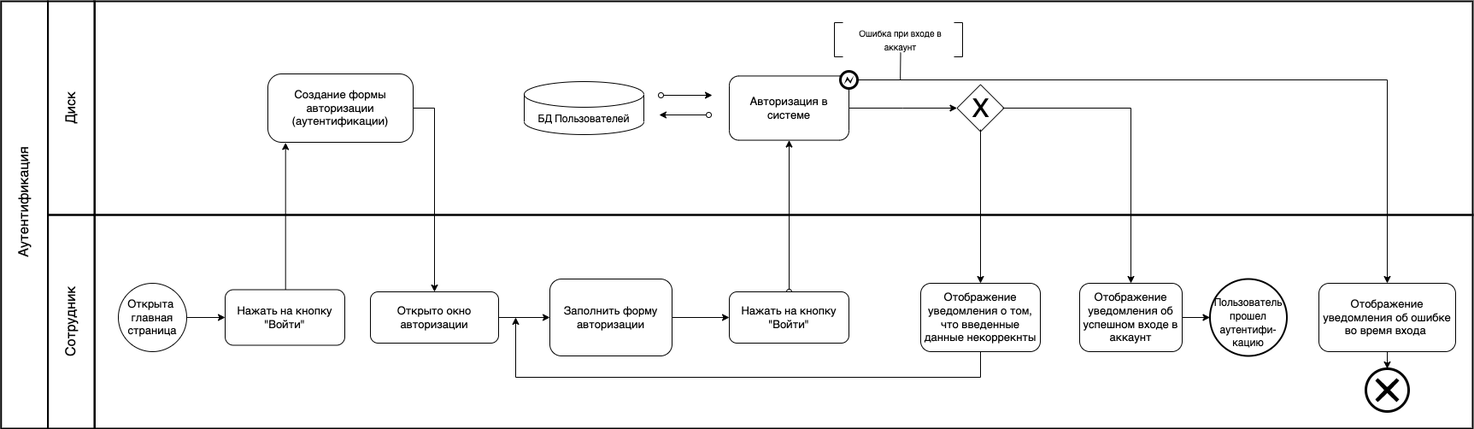
Before: docs/bpmn/UML + BPMN-7.2 BPMN.drawio.png, a diagram exported from draw.io (shuv8/cloudstorage). Source tidied: cells renumbered, new cells last; positions are measured from the earlier drawing's top-left corner, leaving out a move shared by most shapes.
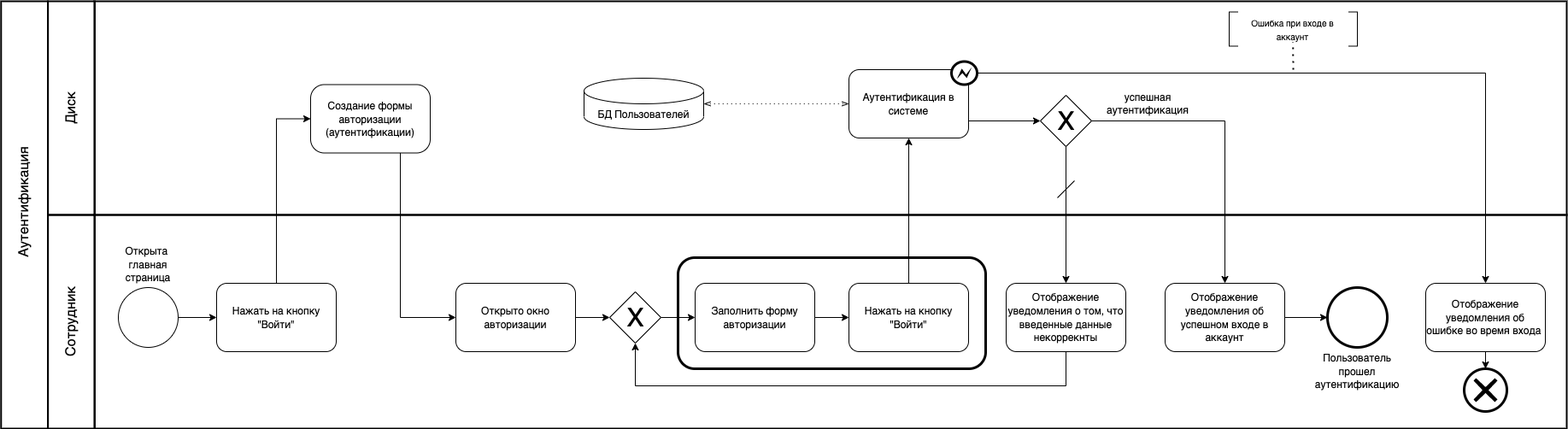
The same diagram one commit later.

Diff of the diagram source:
```diff
@@ -3,47 +3,43 @@
     <mxCell id="0" />
     <mxCell id="1" parent="0" />
     <mxCell id="2" style="rounded=0;whiteSpace=wrap;html=1;strokeWidth=2;fontSize=13;fillColor=none;" parent="1" vertex="1">
-      <mxGeometry x="182" y="250" width="1613" height="250" as="geometry" />
+      <mxGeometry x="182" y="250" width="1723" height="250" as="geometry" />
     </mxCell>
     <mxCell id="3" style="edgeStyle=orthogonalEdgeStyle;rounded=0;jettySize=auto;html=1;entryX=0;entryY=0.5;entryDx=0;entryDy=0;fontSize=11;startArrow=none;startFill=0;" parent="1" edge="1" source="4" target="13">
       <mxGeometry relative="1" as="geometry" />
     </mxCell>
-    <mxCell id="4" value="Заполнить форму авторизации" style="rounded=1;whiteSpace=wrap;html=1;fontSize=13;" parent="1" vertex="1">
-      <mxGeometry x="715" y="325" width="143" height="90" as="geometry" />
+    <mxCell id="4" value="&lt;font style=&quot;font-size: 12px;&quot;&gt;Заполнить форму авторизации&lt;/font&gt;" style="rounded=1;whiteSpace=wrap;html=1;fontSize=13;" parent="1" vertex="1">
+      <mxGeometry x="885" y="330" width="140" height="80" as="geometry" />
     </mxCell>
     <mxCell id="5" style="rounded=0;whiteSpace=wrap;html=1;strokeWidth=2;fontSize=13;fillColor=none;" parent="1" vertex="1">
-      <mxGeometry x="182" width="1613" height="250" as="geometry" />
+      <mxGeometry x="182" width="1723" height="250" as="geometry" />
     </mxCell>
-    <mxCell id="6" style="edgeStyle=orthogonalEdgeStyle;rounded=0;jettySize=auto;html=1;entryX=0;entryY=0.5;entryDx=0;entryDy=0;" parent="1" edge="1" source="7" target="49">
+    <mxCell id="6" style="edgeStyle=orthogonalEdgeStyle;rounded=0;jettySize=auto;html=1;entryX=0;entryY=0.5;entryDx=0;entryDy=0;exitX=1;exitY=0.75;exitDx=0;exitDy=0;" parent="1" edge="1" source="7" target="49">
       <mxGeometry relative="1" as="geometry" />
     </mxCell>
-    <mxCell id="7" value="Авторизация в системе" style="rounded=1;whiteSpace=wrap;html=1;fontSize=13;" parent="1" vertex="1">
-      <mxGeometry x="925" y="87.4" width="140" height="75.1" as="geometry" />
+    <mxCell id="7" value="&lt;font style=&quot;font-size: 12px;&quot;&gt;Аутентификация в системе&lt;/font&gt;" style="rounded=1;whiteSpace=wrap;html=1;fontSize=13;" parent="1" vertex="1">
+      <mxGeometry x="1065" y="80" width="140" height="80" as="geometry" />
     </mxCell>
     <mxCell id="8" style="edgeStyle=orthogonalEdgeStyle;rounded=0;jettySize=auto;html=1;" parent="1" edge="1" source="9" target="11">
       <mxGeometry relative="1" as="geometry" />
     </mxCell>
     <mxCell id="9" style="ellipse;whiteSpace=wrap;html=1;fontSize=13;" parent="1" vertex="1">
-      <mxGeometry x="210" y="330" width="80" height="80" as="geometry" />
+      <mxGeometry x="210" y="335" width="70" height="70" as="geometry" />
     </mxCell>
-    <mxCell id="10" style="edgeStyle=orthogonalEdgeStyle;rounded=0;jettySize=auto;html=1;fontSize=11;startArrow=none;startFill=0;entryX=0.122;entryY=1.006;entryDx=0;entryDy=0;entryPerimeter=0;" parent="1" edge="1" source="11" target="34">
-      <mxGeometry relative="1" as="geometry">
-        <Array as="points">
-          <mxPoint x="406" y="170" />
-        </Array>
-      </mxGeometry>
+    <mxCell id="10" style="edgeStyle=orthogonalEdgeStyle;rounded=0;jumpStyle=none;jettySize=auto;html=1;entryX=0;entryY=0.5;entryDx=0;entryDy=0;fontSize=12;endArrow=classic;endFill=1;" parent="1" edge="1" source="11" target="34">
+      <mxGeometry relative="1" as="geometry" />
     </mxCell>
-    <mxCell id="11" value="Нажать на кнопку&lt;br&gt;&quot;Войти&quot;" style="rounded=1;whiteSpace=wrap;html=1;fontSize=13;" parent="1" vertex="1">
-      <mxGeometry x="335" y="337.5" width="140" height="65" as="geometry" />
+    <mxCell id="11" value="&lt;font style=&quot;font-size: 12px;&quot;&gt;Нажать на кнопку&lt;br&gt;&quot;Войти&quot;&lt;/font&gt;" style="rounded=1;whiteSpace=wrap;html=1;fontSize=13;" parent="1" vertex="1">
+      <mxGeometry x="325" y="330" width="140" height="80" as="geometry" />
     </mxCell>
-    <mxCell id="12" style="edgeStyle=orthogonalEdgeStyle;rounded=0;jettySize=auto;html=1;entryX=0.5;entryY=1;entryDx=0;entryDy=0;startArrow=oval;startFill=0;" parent="1" edge="1" source="13" target="7">
+    <mxCell id="12" style="edgeStyle=orthogonalEdgeStyle;rounded=0;jettySize=auto;html=1;entryX=0.5;entryY=1;entryDx=0;entryDy=0;startArrow=none;startFill=0;" parent="1" edge="1" source="13" target="7">
       <mxGeometry relative="1" as="geometry" />
     </mxCell>
-    <mxCell id="13" value="Нажать на кнопку &quot;Войти&quot;" style="rounded=1;whiteSpace=wrap;html=1;fontSize=13;" parent="1" vertex="1">
-      <mxGeometry x="925" y="340" width="140" height="60" as="geometry" />
+    <mxCell id="13" value="&lt;font style=&quot;font-size: 12px;&quot;&gt;Нажать на кнопку &quot;Войти&quot;&lt;/font&gt;" style="rounded=1;whiteSpace=wrap;html=1;fontSize=13;" parent="1" vertex="1">
+      <mxGeometry x="1065" y="330" width="140" height="80" as="geometry" />
     </mxCell>
-    <mxCell id="14" style="ellipse;whiteSpace=wrap;html=1;fontSize=13;strokeWidth=2;" parent="1" vertex="1">
-      <mxGeometry x="1487.5" y="325" width="90" height="90" as="geometry" />
+    <mxCell id="14" style="ellipse;whiteSpace=wrap;html=1;fontSize=13;strokeWidth=3;" parent="1" vertex="1">
+      <mxGeometry x="1625" y="335" width="70" height="70" as="geometry" />
     </mxCell>
     <mxCell id="15" style="rounded=0;whiteSpace=wrap;html=1;strokeWidth=2;fontSize=13;fillColor=none;" parent="1" vertex="1">
       <mxGeometry x="127.6" width="54.8" height="250" as="geometry" />
@@ -66,123 +62,118 @@
     <mxCell id="21" style="edgeStyle=orthogonalEdgeStyle;rounded=0;jettySize=auto;html=1;entryX=0;entryY=0.5;entryDx=0;entryDy=0;" parent="1" edge="1" source="22" target="14">
       <mxGeometry relative="1" as="geometry" />
     </mxCell>
-    <mxCell id="22" value="Отображение уведомления об успешном входе в аккаунт" style="rounded=1;whiteSpace=wrap;html=1;fontSize=13;" parent="1" vertex="1">
-      <mxGeometry x="1335" y="330" width="120" height="80" as="geometry" />
+    <mxCell id="22" value="&lt;font style=&quot;font-size: 12px;&quot;&gt;Отображение уведомления об успешном входе в аккаунт&lt;/font&gt;" style="rounded=1;whiteSpace=wrap;html=1;fontSize=13;" parent="1" vertex="1">
+      <mxGeometry x="1435" y="330" width="140" height="80" as="geometry" />
     </mxCell>
     <mxCell id="23" style="edgeStyle=orthogonalEdgeStyle;rounded=0;jettySize=auto;html=1;" parent="1" edge="1" source="24" target="47">
       <mxGeometry relative="1" as="geometry" />
     </mxCell>
-    <mxCell id="24" value="Отображение уведомления об ошибке во время входа&amp;nbsp;" style="rounded=1;whiteSpace=wrap;html=1;fontSize=13;" parent="1" vertex="1">
-      <mxGeometry x="1615" y="330" width="160" height="80" as="geometry" />
+    <mxCell id="24" value="&lt;font style=&quot;font-size: 12px;&quot;&gt;Отображение уведомления об ошибке во время входа&amp;nbsp;&lt;/font&gt;" style="rounded=1;whiteSpace=wrap;html=1;fontSize=13;" parent="1" vertex="1">
+      <mxGeometry x="1740" y="330" width="140" height="80" as="geometry" />
     </mxCell>
-    <mxCell id="25" style="edgeStyle=orthogonalEdgeStyle;rounded=0;jettySize=auto;html=1;exitX=0.5;exitY=1;exitDx=0;exitDy=0;" parent="1" edge="1" source="26">
+    <mxCell id="25" style="edgeStyle=orthogonalEdgeStyle;rounded=0;jettySize=auto;html=1;exitX=0.5;exitY=1;exitDx=0;exitDy=0;entryX=0.5;entryY=1;entryDx=0;entryDy=0;" parent="1" edge="1" source="26" target="55">
       <mxGeometry relative="1" as="geometry">
-        <mxPoint x="675" y="370" as="targetPoint" />
         <Array as="points">
-          <mxPoint x="1219" y="440" />
-          <mxPoint x="675" y="440" />
+          <mxPoint x="1319" y="450" />
+          <mxPoint x="815" y="450" />
         </Array>
       </mxGeometry>
     </mxCell>
-    <mxCell id="26" value="Отображение уведомления о том, что введенные данные некоррекнты" style="rounded=1;whiteSpace=wrap;html=1;fontSize=13;" parent="1" vertex="1">
-      <mxGeometry x="1149" y="330" width="140" height="80" as="geometry" />
+    <mxCell id="26" value="&lt;font style=&quot;font-size: 12px;&quot;&gt;Отображение уведомления о том, что введенные данные некоррекнты&lt;/font&gt;" style="rounded=1;whiteSpace=wrap;html=1;fontSize=13;" parent="1" vertex="1">
+      <mxGeometry x="1249" y="330" width="140" height="80" as="geometry" />
     </mxCell>
-    <mxCell id="27" style="edgeStyle=orthogonalEdgeStyle;rounded=0;jettySize=auto;html=1;entryX=0;entryY=0.5;entryDx=0;entryDy=0;" parent="1" edge="1" source="28" target="4">
+    <mxCell id="27" style="edgeStyle=orthogonalEdgeStyle;rounded=0;jettySize=auto;html=1;entryX=0;entryY=0.5;entryDx=0;entryDy=0;" parent="1" edge="1" source="28" target="55">
       <mxGeometry relative="1" as="geometry" />
     </mxCell>
-    <mxCell id="28" value="Открыто окно авторизации" style="rounded=1;whiteSpace=wrap;html=1;fontSize=13;" parent="1" vertex="1">
-      <mxGeometry x="505" y="340" width="150" height="60" as="geometry" />
+    <mxCell id="28" value="&lt;font style=&quot;font-size: 12px;&quot;&gt;Открыто окно авторизации&lt;/font&gt;" style="rounded=1;whiteSpace=wrap;html=1;fontSize=13;" parent="1" vertex="1">
+      <mxGeometry x="605" y="330" width="140" height="80" as="geometry" />
     </mxCell>
-    <mxCell id="29" style="group;" parent="1" vertex="1">
-      <mxGeometry x="685" y="94" width="220" height="62" as="geometry" />
-    </mxCell>
-    <mxCell id="30" value="БД Пользователей" style="shape=cylinder3;whiteSpace=wrap;html=1;boundedLbl=1;backgroundOutline=1;size=15;" parent="29" vertex="1">
-      <mxGeometry width="140" height="62" as="geometry" />
-    </mxCell>
-    <mxCell id="31" style="endArrow=classic;html=1;rounded=0;startArrow=oval;startFill=0;" parent="29" edge="1">
-      <mxGeometry relative="1" as="geometry">
-        <mxPoint x="160" y="16" as="sourcePoint" />
-        <mxPoint x="220" y="16" as="targetPoint" />
-      </mxGeometry>
-    </mxCell>
-    <mxCell id="32" style="endArrow=classic;html=1;rounded=0;startArrow=oval;startFill=0;" parent="29" edge="1">
-      <mxGeometry relative="1" as="geometry">
-        <mxPoint x="216" y="39" as="sourcePoint" />
-        <mxPoint x="158" y="39" as="targetPoint" />
-      </mxGeometry>
-    </mxCell>
-    <mxCell id="33" style="edgeStyle=orthogonalEdgeStyle;rounded=0;jettySize=auto;html=1;entryX=0.5;entryY=0;entryDx=0;entryDy=0;fontSize=11;startArrow=none;startFill=0;" parent="1" edge="1" source="34" target="28">
-      <mxGeometry relative="1" as="geometry">
-        <Array as="points">
-          <mxPoint x="580" y="125" />
-        </Array>
-      </mxGeometry>
-    </mxCell>
-    <mxCell id="34" value="Создание формы авторизации (аутентификации)" style="rounded=1;whiteSpace=wrap;html=1;fontSize=13;arcSize=20;" parent="1" vertex="1">
-      <mxGeometry x="385" y="85" width="170" height="80" as="geometry" />
+    <mxCell id="34" value="&lt;font style=&quot;font-size: 12px;&quot;&gt;Создание формы авторизации (аутентификации)&lt;/font&gt;" style="rounded=1;whiteSpace=wrap;html=1;fontSize=13;arcSize=20;" parent="1" vertex="1">
+      <mxGeometry x="435" y="97.5" width="140" height="80" as="geometry" />
     </mxCell>
-    <mxCell id="35" value="&lt;font style=&quot;font-size: 13px;&quot;&gt;Открыта &lt;br&gt;главная страница&lt;/font&gt;" style="text;html=1;strokeColor=none;fillColor=none;align=center;verticalAlign=middle;whiteSpace=wrap;rounded=0;fontSize=13;rotation=0;" parent="1" vertex="1">
-      <mxGeometry x="215" y="347.5" width="70" height="45" as="geometry" />
+    <mxCell id="35" value="&lt;font style=&quot;font-size: 12px;&quot;&gt;Открыта &lt;br&gt;главная страница&lt;/font&gt;" style="text;html=1;strokeColor=none;fillColor=none;align=center;verticalAlign=middle;whiteSpace=wrap;rounded=0;fontSize=13;rotation=0;" parent="1" vertex="1">
+      <mxGeometry x="210" y="285" width="70" height="45" as="geometry" />
     </mxCell>
-    <mxCell id="36" style="group;" parent="1" vertex="1">
-      <mxGeometry x="1055" y="30" width="255.1" height="72" as="geometry" />
-    </mxCell>
-    <mxCell id="37" style="group;" parent="36" vertex="1">
-      <mxGeometry width="192.5" height="72" as="geometry" />
-    </mxCell>
-    <mxCell id="38" style="shape=mxgraph.bpmn.shape;html=1;verticalLabelPosition=bottom;labelBackgroundColor=#ffffff;verticalAlign=top;align=center;perimeter=ellipsePerimeter;outlineConnect=0;outline=end;symbol=error;" parent="37" vertex="1">
-      <mxGeometry y="52" width="20" height="20" as="geometry" />
-    </mxCell>
-    <mxCell id="39" style="edgeStyle=orthogonalEdgeStyle;rounded=0;jettySize=auto;html=1;" parent="36" edge="1" source="38">
-      <mxGeometry relative="1" as="geometry" />
-    </mxCell>
-    <mxCell id="40" style="group;" parent="36" vertex="1">
-      <mxGeometry x="70.1" y="7.5" width="185" height="55" as="geometry" />
-    </mxCell>
-    <mxCell id="41" style="shape=partialRectangle;whiteSpace=wrap;html=1;bottom=1;right=1;left=1;top=0;fillColor=none;routingCenterX=-0.5;fontSize=13;rotation=-90;" parent="40" vertex="1">
-      <mxGeometry x="47.9" y="2.5" width="40" height="10" as="geometry" />
-    </mxCell>
-    <mxCell id="42" style="group;" parent="40" vertex="1">
-      <mxGeometry width="180" height="55" as="geometry" />
-    </mxCell>
-    <mxCell id="43" style="shape=partialRectangle;whiteSpace=wrap;html=1;bottom=1;right=1;left=1;top=0;fillColor=none;routingCenterX=-0.5;fontSize=13;rotation=90;" parent="42" vertex="1">
-      <mxGeometry x="-92.1" y="2.5" width="40" height="10" as="geometry" />
-    </mxCell>
-    <mxCell id="44" value="&lt;font size=&quot;1&quot;&gt;Ошибка при входе в аккаунт&lt;/font&gt;" style="text;html=1;strokeColor=none;fillColor=none;align=center;verticalAlign=middle;whiteSpace=wrap;rounded=0;fontSize=13;" parent="42" vertex="1">
-      <mxGeometry x="-67.1" y="-7.5" width="135" height="30" as="geometry" />
-    </mxCell>
-    <mxCell id="45" style="endArrow=none;html=1;rounded=0;entryX=0.5;entryY=1;entryDx=0;entryDy=0;" parent="42" edge="1" target="44">
-      <mxGeometry relative="1" as="geometry">
-        <mxPoint y="55" as="sourcePoint" />
-      </mxGeometry>
-    </mxCell>
     <mxCell id="46" style="edgeStyle=orthogonalEdgeStyle;rounded=0;jettySize=auto;html=1;" parent="1" edge="1" source="38" target="24">
       <mxGeometry relative="1" as="geometry" />
     </mxCell>
     <mxCell id="47" style="points=[[0.145,0.145,0],[0.5,0,0],[0.855,0.145,0],[1,0.5,0],[0.855,0.855,0],[0.5,1,0],[0.145,0.855,0],[0,0.5,0]];shape=mxgraph.bpmn.event;html=1;verticalLabelPosition=bottom;labelBackgroundColor=#ffffff;verticalAlign=top;align=center;perimeter=ellipsePerimeter;outlineConnect=0;outline=end;symbol=cancel;" parent="1" vertex="1">
-      <mxGeometry x="1670" y="430" width="50" height="50" as="geometry" />
+      <mxGeometry x="1785" y="430" width="50" height="50" as="geometry" />
     </mxCell>
     <mxCell id="48" style="group;" parent="1" vertex="1">
-      <mxGeometry x="1191.5" y="97.5" width="55" height="55" as="geometry" />
+      <mxGeometry x="1289" y="110" width="60" height="60" as="geometry" />
     </mxCell>
     <mxCell id="49" style="rhombus;whiteSpace=wrap;html=1;" parent="48" vertex="1">
-      <mxGeometry width="55" height="55" as="geometry" />
+      <mxGeometry width="60" height="60" as="geometry" />
     </mxCell>
     <mxCell id="50" value="&lt;font style=&quot;font-size: 30px&quot;&gt;X&lt;/font&gt;" style="text;html=1;align=center;verticalAlign=middle;" parent="48" vertex="1">
-      <mxGeometry x="7.5" y="12.5" width="40" height="30" as="geometry" />
+      <mxGeometry x="10" y="15" width="40" height="30" as="geometry" />
     </mxCell>
-    <mxCell id="51" style="edgeStyle=orthogonalEdgeStyle;rounded=0;jettySize=auto;html=1;" parent="1" edge="1" target="22">
-      <mxGeometry relative="1" as="geometry">
-        <mxPoint x="1245" y="125" as="sourcePoint" />
-      </mxGeometry>
+    <mxCell id="51" style="edgeStyle=orthogonalEdgeStyle;rounded=0;jettySize=auto;html=1;exitX=1;exitY=0.5;exitDx=0;exitDy=0;" parent="1" edge="1" source="49" target="22">
+      <mxGeometry relative="1" as="geometry" />
     </mxCell>
-    <mxCell id="52" style="edgeStyle=orthogonalEdgeStyle;rounded=0;jettySize=auto;html=1;" parent="1" edge="1" target="26">
-      <mxGeometry relative="1" as="geometry">
-        <mxPoint x="1219" y="150" as="sourcePoint" />
-      </mxGeometry>
+    <mxCell id="52" style="edgeStyle=orthogonalEdgeStyle;rounded=0;jettySize=auto;html=1;exitX=0.5;exitY=1;exitDx=0;exitDy=0;" parent="1" edge="1" source="49" target="26">
+      <mxGeometry relative="1" as="geometry" />
     </mxCell>
-    <mxCell id="53" value="&lt;font style=&quot;font-size: 12px;&quot;&gt;Пользователь прошел аутентифи-&lt;br&gt;кацию&lt;/font&gt;" style="text;html=1;strokeColor=none;fillColor=none;align=center;verticalAlign=middle;whiteSpace=wrap;rounded=0;fontSize=13;rotation=0;" parent="1" vertex="1">
-      <mxGeometry x="1490" y="347.5" width="85" height="56.8" as="geometry" />
+    <mxCell id="53" value="&lt;font style=&quot;font-size: 12px;&quot;&gt;Пользователь прошел аутентификацию&lt;/font&gt;" style="text;html=1;strokeColor=none;fillColor=none;align=center;verticalAlign=middle;whiteSpace=wrap;rounded=0;fontSize=13;rotation=0;" parent="1" vertex="1">
+      <mxGeometry x="1611.2" y="405" width="97.5" height="56.8" as="geometry" />
     </mxCell>
+    <mxCell id="54" style="group;" parent="1" vertex="1">
+      <mxGeometry x="785" y="340" width="60" height="60" as="geometry" />
+    </mxCell>
+    <mxCell id="55" style="rhombus;whiteSpace=wrap;html=1;" parent="54" vertex="1">
+      <mxGeometry width="60" height="60" as="geometry" />
+    </mxCell>
+    <mxCell id="56" value="&lt;font style=&quot;font-size: 30px&quot;&gt;X&lt;/font&gt;" style="text;html=1;align=center;verticalAlign=middle;" parent="54" vertex="1">
+      <mxGeometry x="10" y="15" width="40" height="30" as="geometry" />
+    </mxCell>
+    <mxCell id="33" style="endArrow=classic;html=1;rounded=0;fontSize=12;jumpStyle=none;exitX=0.75;exitY=1;exitDx=0;exitDy=0;entryX=0;entryY=0.5;entryDx=0;entryDy=0;" parent="1" edge="1" source="34" target="28">
+      <mxGeometry relative="1" as="geometry">
+        <Array as="points">
+          <mxPoint x="540" y="370" />
+        </Array>
+      </mxGeometry>
+    </mxCell>
+    <mxCell id="57" style="edgeStyle=orthogonalEdgeStyle;rounded=0;jumpStyle=none;jettySize=auto;html=1;entryX=0;entryY=0.5;entryDx=0;entryDy=0;fontSize=12;endArrow=classic;endFill=1;" parent="1" edge="1" source="55" target="4">
+      <mxGeometry relative="1" as="geometry" />
+    </mxCell>
+    <mxCell id="30" value="БД Пользователей" style="shape=cylinder3;whiteSpace=wrap;html=1;boundedLbl=1;backgroundOutline=1;size=15;" parent="1" vertex="1">
+      <mxGeometry x="755" y="90" width="140" height="60" as="geometry" />
+    </mxCell>
+    <mxCell id="58" style="edgeStyle=elbowEdgeStyle;fontSize=12;html=1;endFill=0;startFill=0;endSize=6;startSize=6;dashed=1;dashPattern=1 4;endArrow=openThin;startArrow=openThin;rounded=0;jumpStyle=none;exitX=1;exitY=0.5;exitDx=0;exitDy=0;exitPerimeter=0;entryX=0;entryY=0.5;entryDx=0;entryDy=0;" parent="1" edge="1" source="30" target="7">
+      <mxGeometry relative="1" as="geometry" />
+    </mxCell>
+    <mxCell id="39" style="edgeStyle=orthogonalEdgeStyle;rounded=0;jettySize=auto;html=1;" parent="1" edge="1" source="38">
+      <mxGeometry relative="1" as="geometry" />
+    </mxCell>
+    <mxCell id="38" style="shape=mxgraph.bpmn.shape;html=1;verticalLabelPosition=bottom;labelBackgroundColor=#ffffff;verticalAlign=top;align=center;perimeter=ellipsePerimeter;outlineConnect=0;outline=end;symbol=error;" parent="1" vertex="1">
+      <mxGeometry x="1185" y="70.5" width="30" height="27" as="geometry" />
+    </mxCell>
+    <mxCell id="41" style="shape=partialRectangle;whiteSpace=wrap;html=1;bottom=1;right=1;left=1;top=0;fillColor=none;routingCenterX=-0.5;fontSize=13;rotation=-90;" parent="1" vertex="1">
+      <mxGeometry x="1635" y="27.5" width="40" height="10" as="geometry" />
+    </mxCell>
+    <mxCell id="43" style="shape=partialRectangle;whiteSpace=wrap;html=1;bottom=1;right=1;left=1;top=0;fillColor=none;routingCenterX=-0.5;fontSize=13;rotation=90;" parent="1" vertex="1">
+      <mxGeometry x="1495" y="27.5" width="40" height="10" as="geometry" />
+    </mxCell>
+    <mxCell id="44" value="&lt;font size=&quot;1&quot;&gt;Ошибка при входе в аккаунт&lt;/font&gt;" style="text;html=1;strokeColor=none;fillColor=none;align=center;verticalAlign=middle;whiteSpace=wrap;rounded=0;fontSize=13;" parent="1" vertex="1">
+      <mxGeometry x="1517.1" y="17.5" width="135" height="30" as="geometry" />
+    </mxCell>
+    <mxCell id="59" style="endArrow=none;dashed=1;html=1;dashPattern=1 3;strokeWidth=2;rounded=0;fontSize=12;jumpStyle=none;entryX=0.5;entryY=1;entryDx=0;entryDy=0;" parent="1" edge="1" target="44">
+      <mxGeometry relative="1" as="geometry">
+        <mxPoint x="1585" y="80" as="sourcePoint" />
+      </mxGeometry>
+    </mxCell>
+    <mxCell id="60" style="rounded=1;whiteSpace=wrap;html=1;strokeWidth=3;fontSize=12;fillColor=none;" parent="1" vertex="1">
+      <mxGeometry x="865" y="300" width="360" height="130" as="geometry" />
+    </mxCell>
+    <mxCell id="61" value="успешная аутентификация" style="text;html=1;strokeColor=none;fillColor=none;align=center;verticalAlign=middle;whiteSpace=wrap;rounded=0;strokeWidth=3;fontSize=12;" parent="1" vertex="1">
+      <mxGeometry x="1355" y="105" width="120" height="30" as="geometry" />
+    </mxCell>
+    <mxCell id="62" style="endArrow=none;html=1;rounded=0;fontSize=12;jumpStyle=none;" parent="1" edge="1">
+      <mxGeometry relative="1" as="geometry">
+        <mxPoint x="1309" y="230" as="sourcePoint" />
+        <mxPoint x="1329" y="210" as="targetPoint" />
+      </mxGeometry>
+    </mxCell>
   </root>
 </mxGraphModel>
```
